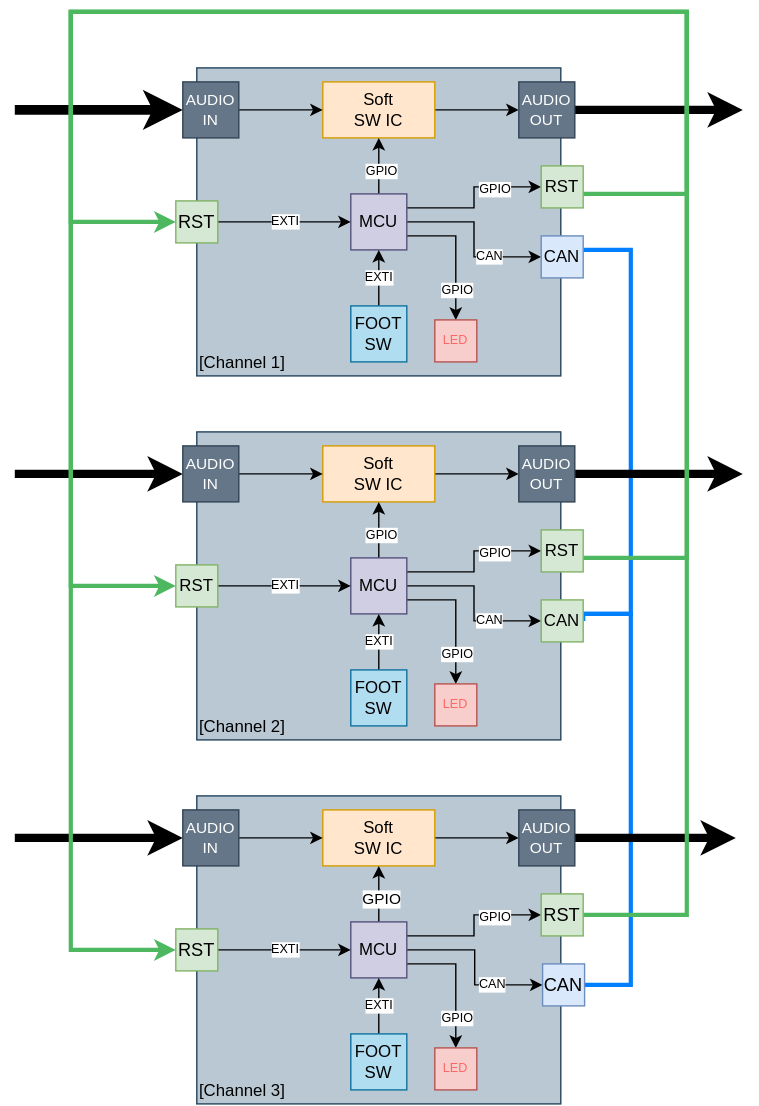
This is design/Overview.drawio.svg from cracked-machine/4WayPedalMux, a draw.io export, as it was before one commit. Source tidied: cells renumbered, new cells last; positions are measured from the earlier drawing's top-left corner, leaving out a move shared by most shapes.
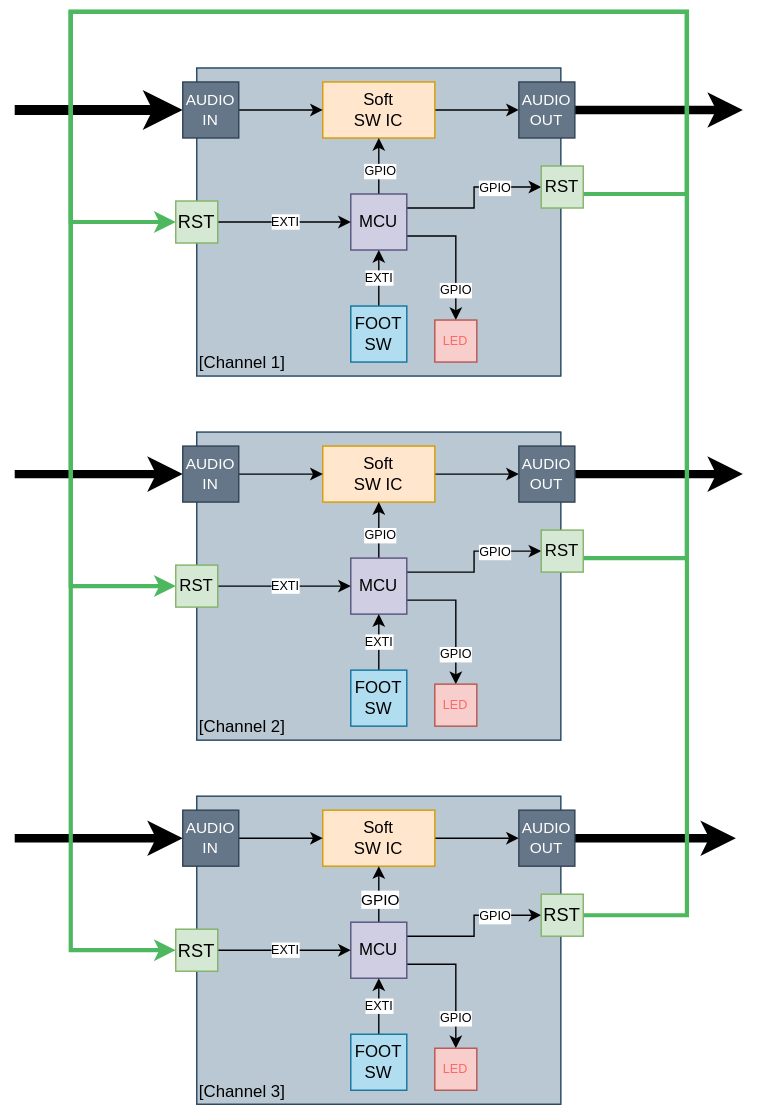
Later version of the same file.

Commit message:
Removed CAN bus, overkill

The edit, as a diff of the source:
```diff
@@ -31,12 +31,6 @@
     <mxCell id="10" value="GPIO" style="edgeLabel;html=1;align=center;verticalAlign=middle;fontSize=9;" parent="9" vertex="1">
       <mxGeometry x="0.4" y="-1" relative="1" as="geometry" />
     </mxCell>
-    <mxCell id="11" style="edgeStyle=orthogonalEdgeStyle;rounded=0;jettySize=auto;html=1;exitX=1;exitY=0.5;exitDx=0;exitDy=0;" parent="1" edge="1" source="13" target="25">
-      <mxGeometry relative="1" as="geometry" />
-    </mxCell>
-    <mxCell id="12" value="CAN" style="edgeLabel;html=1;align=center;verticalAlign=middle;fontSize=9;" parent="11" vertex="1">
-      <mxGeometry x="0.39" y="1" relative="1" as="geometry" />
-    </mxCell>
     <mxCell id="13" value="MCU" style="whiteSpace=wrap;html=1;fillColor=#d0cee2;strokeColor=#56517e;" parent="1" vertex="1">
       <mxGeometry x="240" y="130" width="40" height="40" as="geometry" />
     </mxCell>
@@ -81,17 +75,6 @@
     <mxCell id="23" value="&lt;font style=&quot;font-size: 12px;&quot;&gt;RST&lt;/font&gt;" style="rounded=0;whiteSpace=wrap;html=1;fontSize=12;fillColor=#d5e8d4;strokeColor=#82b366;" parent="1" vertex="1">
       <mxGeometry x="376" y="110" width="30" height="30" as="geometry" />
     </mxCell>
-    <mxCell id="24" style="edgeStyle=orthogonalEdgeStyle;rounded=0;jettySize=auto;html=1;entryX=1;entryY=0.5;entryDx=0;entryDy=0;endArrow=none;endFill=0;strokeColor=#007FFF;strokeWidth=3;" parent="1" edge="1" source="25" target="51">
-      <mxGeometry relative="1" as="geometry">
-        <Array as="points">
-          <mxPoint x="440" y="170" />
-          <mxPoint x="440" y="430" />
-        </Array>
-      </mxGeometry>
-    </mxCell>
-    <mxCell id="25" value="CAN" style="rounded=0;whiteSpace=wrap;html=1;fontSize=12;fillColor=#dae8fc;strokeColor=#6c8ebf;" parent="1" vertex="1">
-      <mxGeometry x="376" y="160" width="30" height="30" as="geometry" />
-    </mxCell>
     <mxCell id="26" value="EXTI" style="edgeStyle=orthogonalEdgeStyle;rounded=0;jettySize=auto;html=1;entryX=0;entryY=0.5;entryDx=0;entryDy=0;fontSize=9;" parent="1" edge="1" source="27" target="13">
       <mxGeometry x="0.01" relative="1" as="geometry" />
     </mxCell>
@@ -127,12 +110,6 @@
     <mxCell id="36" value="GPIO" style="edgeLabel;html=1;align=center;verticalAlign=middle;fontSize=9;" parent="35" vertex="1">
       <mxGeometry x="0.4" y="-1" relative="1" as="geometry" />
     </mxCell>
-    <mxCell id="37" style="edgeStyle=orthogonalEdgeStyle;rounded=0;jettySize=auto;html=1;exitX=1;exitY=0.5;exitDx=0;exitDy=0;" parent="1" edge="1" source="39" target="51">
-      <mxGeometry relative="1" as="geometry" />
-    </mxCell>
-    <mxCell id="38" value="CAN" style="edgeLabel;html=1;align=center;verticalAlign=middle;fontSize=9;" parent="37" vertex="1">
-      <mxGeometry x="0.39" y="1" relative="1" as="geometry" />
-    </mxCell>
     <mxCell id="39" value="MCU" style="whiteSpace=wrap;html=1;fillColor=#d0cee2;strokeColor=#56517e;" parent="1" vertex="1">
       <mxGeometry x="240" y="390" width="40" height="40" as="geometry" />
     </mxCell>
@@ -177,17 +154,6 @@
     <mxCell id="49" value="&lt;font style=&quot;font-size: 12px;&quot;&gt;RST&lt;/font&gt;" style="rounded=0;whiteSpace=wrap;html=1;fontSize=12;fillColor=#d5e8d4;strokeColor=#82b366;" parent="1" vertex="1">
       <mxGeometry x="376" y="370" width="30" height="30" as="geometry" />
     </mxCell>
-    <mxCell id="50" style="edgeStyle=orthogonalEdgeStyle;rounded=0;jettySize=auto;html=1;entryX=1;entryY=0.5;entryDx=0;entryDy=0;endArrow=none;endFill=0;strokeColor=#007FFF;strokeWidth=3;" parent="1" edge="1" source="51" target="76">
-      <mxGeometry relative="1" as="geometry">
-        <Array as="points">
-          <mxPoint x="440" y="430" />
-          <mxPoint x="440" y="695" />
-        </Array>
-      </mxGeometry>
-    </mxCell>
-    <mxCell id="51" value="CAN" style="rounded=0;whiteSpace=wrap;html=1;fontSize=12;fillColor=#d5e8d4;strokeColor=#82b366;" parent="1" vertex="1">
-      <mxGeometry x="376" y="420" width="30" height="30" as="geometry" />
-    </mxCell>
     <mxCell id="52" value="EXTI" style="edgeStyle=orthogonalEdgeStyle;rounded=0;jettySize=auto;html=1;entryX=0;entryY=0.5;entryDx=0;entryDy=0;fontSize=9;" parent="1" edge="1" source="53" target="39">
       <mxGeometry x="0.01" relative="1" as="geometry" />
     </mxCell>
@@ -223,12 +189,6 @@
     <mxCell id="62" value="GPIO" style="edgeLabel;html=1;align=center;verticalAlign=middle;fontSize=9;" parent="61" vertex="1">
       <mxGeometry x="0.4" y="-1" relative="1" as="geometry" />
     </mxCell>
-    <mxCell id="63" style="edgeStyle=orthogonalEdgeStyle;rounded=0;jettySize=auto;html=1;exitX=1;exitY=0.5;exitDx=0;exitDy=0;" parent="1" edge="1" source="65" target="76">
-      <mxGeometry relative="1" as="geometry" />
-    </mxCell>
-    <mxCell id="64" value="CAN" style="edgeLabel;html=1;align=center;verticalAlign=middle;fontSize=9;" parent="63" vertex="1">
-      <mxGeometry x="0.39" y="1" relative="1" as="geometry" />
-    </mxCell>
     <mxCell id="65" value="MCU" style="whiteSpace=wrap;html=1;fillColor=#d0cee2;strokeColor=#56517e;" parent="1" vertex="1">
       <mxGeometry x="240" y="650" width="40" height="40" as="geometry" />
     </mxCell>
@@ -273,9 +233,6 @@
     <mxCell id="75" value="&lt;font style=&quot;font-size: 13px;&quot;&gt;RST&lt;/font&gt;" style="rounded=0;whiteSpace=wrap;html=1;fontSize=13;fillColor=#d5e8d4;strokeColor=#82b366;" parent="1" vertex="1">
       <mxGeometry x="376" y="630" width="30" height="30" as="geometry" />
     </mxCell>
-    <mxCell id="76" value="CAN" style="rounded=0;whiteSpace=wrap;html=1;fontSize=13;fillColor=#dae8fc;strokeColor=#6c8ebf;" parent="1" vertex="1">
-      <mxGeometry x="377" y="680" width="30" height="30" as="geometry" />
-    </mxCell>
     <mxCell id="77" value="EXTI" style="edgeStyle=orthogonalEdgeStyle;rounded=0;jettySize=auto;html=1;entryX=0;entryY=0.5;entryDx=0;entryDy=0;fontSize=9;" parent="1" edge="1" source="78" target="65">
       <mxGeometry x="0.01" relative="1" as="geometry" />
     </mxCell>
```
